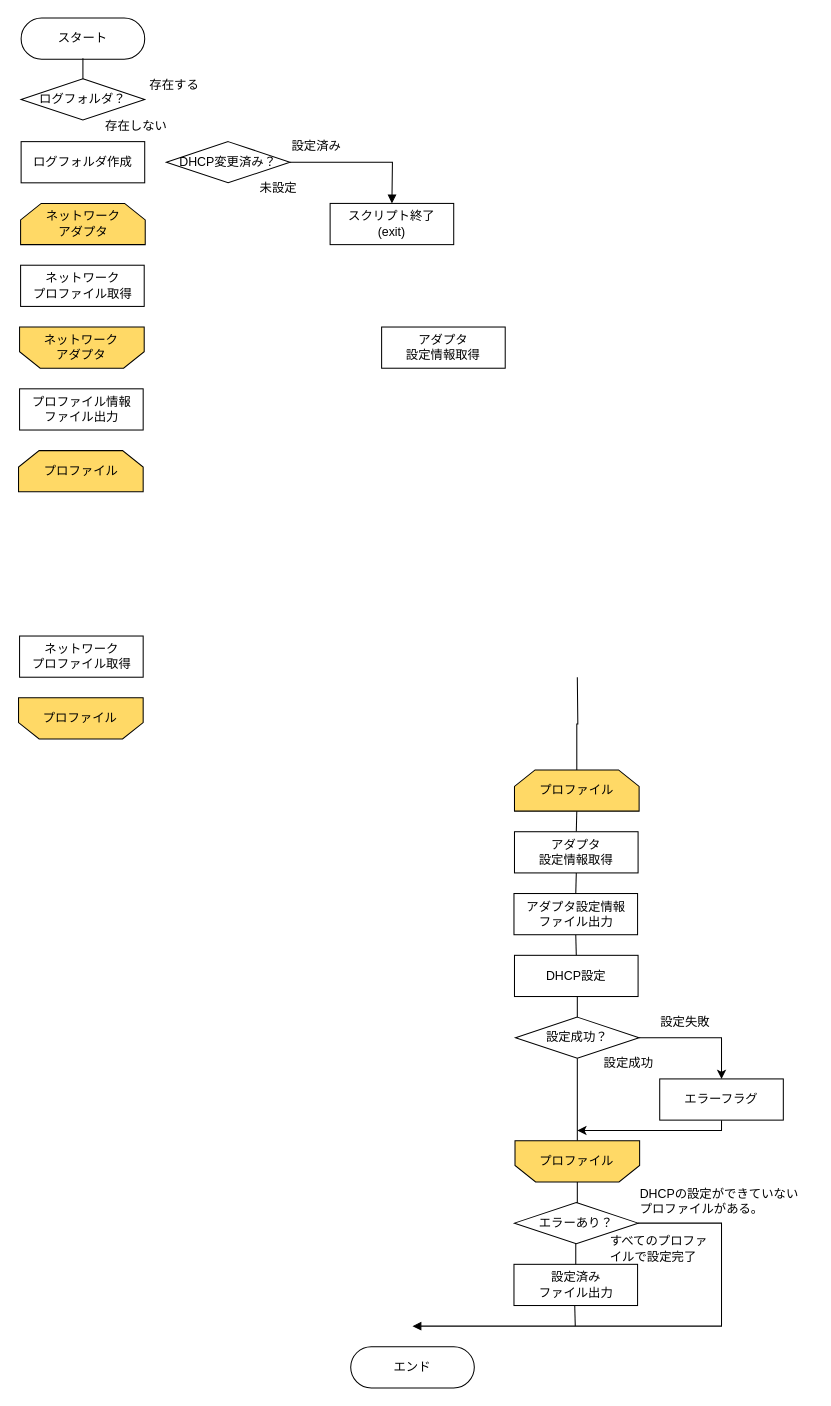
reizo0901/Doc keeps this draw.io diagram as dhcp切り替えスクリプト.drawio. Above is the earlier version. Source tidied: cells renumbered, new cells numbered last; positions are measured from the earlier drawing's top-left corner, leaving out a move shared by most shapes. Both pictures are drawn from the tidied source at 103%, with x=0, y=0 at pixel (19, 18).
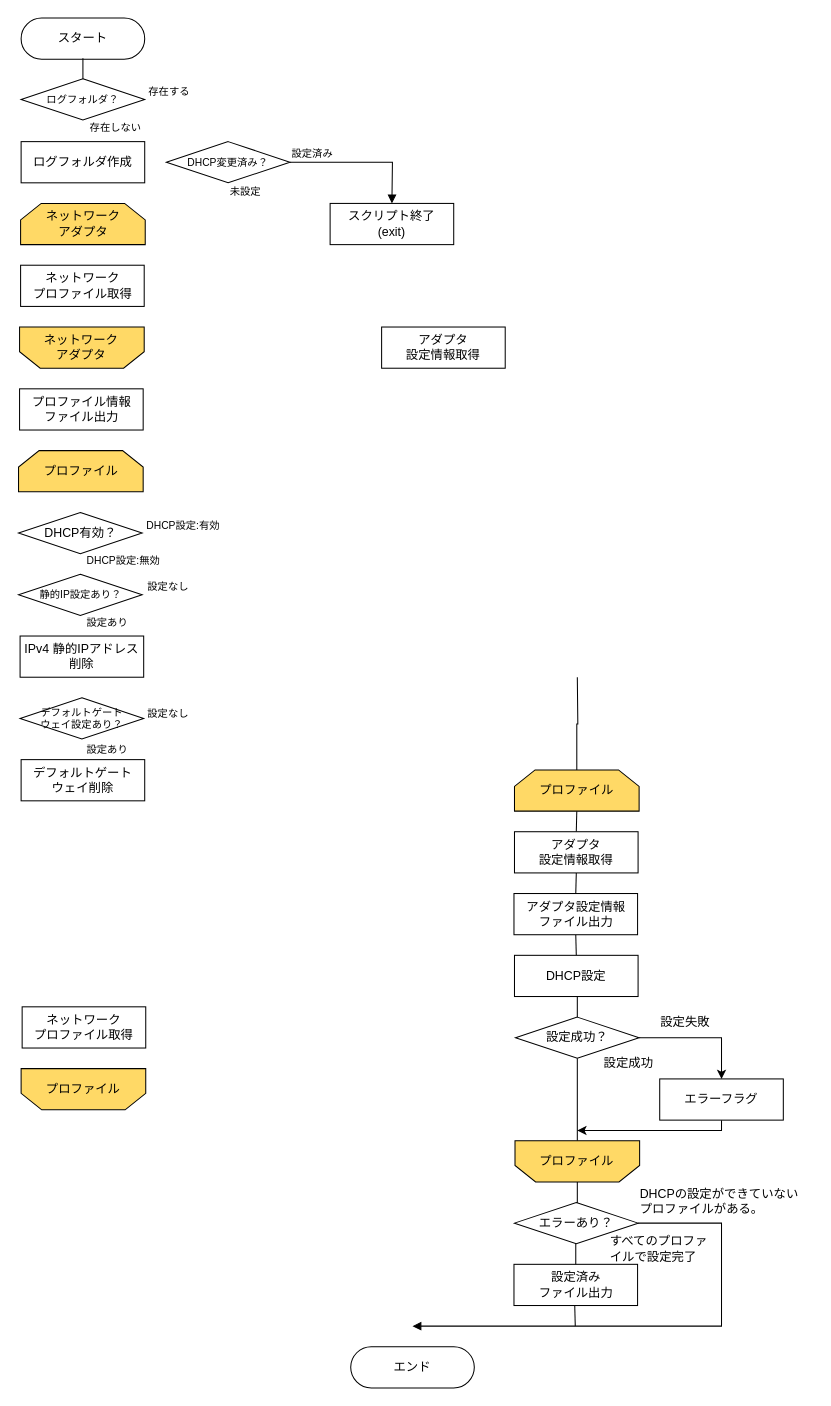
Above is the later version.

Commit message (it also covers changes not shown here):
dhcp切り替えスクリプト.drawio を更新します

The edit, as a diff of the source:
```diff
@@
-    <mxCell id="15" value="DHCP変更済み？" style="rhombus;whiteSpace=wrap;html=1;" parent="1" vertex="1">
+    <mxCell id="15" value="DHCP変更済み？" style="rhombus;whiteSpace=wrap;html=1;fontSize=10;" parent="1" vertex="1">
       <mxGeometry x="143" y="120" width="120" height="40" as="geometry" />
     </mxCell>
@@
-    <mxCell id="18" value="設定済み" style="text;html=1;strokeColor=none;fillColor=none;align=left;verticalAlign=middle;whiteSpace=wrap;rounded=0;" parent="1" vertex="1">
-      <mxGeometry x="263" y="110" width="60" height="30" as="geometry" />
+    <mxCell id="18" value="設定済み" style="text;html=1;strokeColor=none;fillColor=none;align=left;verticalAlign=middle;whiteSpace=wrap;rounded=0;fontSize=10;" parent="1" vertex="1">
+      <mxGeometry x="263" y="116" width="60" height="30" as="geometry" />
     </mxCell>
-    <mxCell id="19" value="未設定" style="text;html=1;strokeColor=none;fillColor=none;align=left;verticalAlign=middle;whiteSpace=wrap;rounded=0;" parent="1" vertex="1">
-      <mxGeometry x="232" y="150" width="60" height="30" as="geometry" />
+    <mxCell id="19" value="未設定" style="text;html=1;strokeColor=none;fillColor=none;align=left;verticalAlign=middle;whiteSpace=wrap;rounded=0;fontSize=10;" parent="1" vertex="1">
+      <mxGeometry x="203" y="153" width="60" height="30" as="geometry" />
     </mxCell>
@@
-    <mxCell id="34" value="ログフォルダ？" style="rhombus;whiteSpace=wrap;html=1;" parent="1" vertex="1">
+    <mxCell id="34" value="ログフォルダ？" style="rhombus;whiteSpace=wrap;html=1;fontSize=10;" parent="1" vertex="1">
       <mxGeometry x="2" y="59" width="120" height="40" as="geometry" />
     </mxCell>
-    <mxCell id="35" value="存在しない" style="text;html=1;strokeColor=none;fillColor=none;align=left;verticalAlign=middle;whiteSpace=wrap;rounded=0;" parent="1" vertex="1">
-      <mxGeometry x="82" y="90" width="70" height="30" as="geometry" />
+    <mxCell id="35" value="存在しない" style="text;html=1;strokeColor=none;fillColor=none;align=left;verticalAlign=middle;whiteSpace=wrap;rounded=0;fontSize=10;" parent="1" vertex="1">
+      <mxGeometry x="67" y="91" width="70" height="30" as="geometry" />
     </mxCell>
-    <mxCell id="36" value="存在する" style="text;html=1;strokeColor=none;fillColor=none;align=left;verticalAlign=middle;whiteSpace=wrap;rounded=0;" parent="1" vertex="1">
-      <mxGeometry x="125" y="50" width="60" height="30" as="geometry" />
+    <mxCell id="36" value="存在する" style="text;html=1;strokeColor=none;fillColor=none;align=left;verticalAlign=middle;whiteSpace=wrap;rounded=0;fontSize=10;" parent="1" vertex="1">
+      <mxGeometry x="123.5" y="56" width="60" height="30" as="geometry" />
     </mxCell>
@@
     <mxCell id="46" value="ネットワーク&lt;br&gt;プロファイル取得" style="rounded=0;whiteSpace=wrap;html=1;" parent="1" vertex="1">
-      <mxGeometry x="0.5" y="600" width="120" height="40" as="geometry" />
+      <mxGeometry x="3" y="960" width="120" height="40" as="geometry" />
     </mxCell>
     <mxCell id="47" style="shape=loopLimit;whiteSpace=wrap;html=1;rotation=-180;verticalAlign=middle;fillColor=#FFD966;" parent="1" vertex="1">
-      <mxGeometry x="-0.5" y="660" width="121" height="40" as="geometry" />
+      <mxGeometry x="2" y="1020" width="121" height="40" as="geometry" />
     </mxCell>
     <mxCell id="48" value="プロファイル" style="text;html=1;strokeColor=none;fillColor=none;align=center;verticalAlign=middle;whiteSpace=wrap;rounded=0;" parent="1" vertex="1">
-      <mxGeometry x="19" y="665" width="81" height="30" as="geometry" />
+      <mxGeometry x="21.5" y="1025" width="81" height="30" as="geometry" />
     </mxCell>
+    <mxCell id="49" value="DHCP有効？" style="rhombus;whiteSpace=wrap;html=1;" parent="1" vertex="1">
+      <mxGeometry x="-0.5" y="480" width="120" height="40" as="geometry" />
+    </mxCell>
+    <mxCell id="50" value="DHCP設定:無効" style="text;html=1;strokeColor=none;fillColor=none;align=left;verticalAlign=middle;whiteSpace=wrap;rounded=0;fontSize=10;" parent="1" vertex="1">
+      <mxGeometry x="64" y="512" width="100" height="30" as="geometry" />
+    </mxCell>
+    <mxCell id="51" value="DHCP設定:有効" style="text;html=1;strokeColor=none;fillColor=none;align=left;verticalAlign=middle;whiteSpace=wrap;rounded=0;fontSize=10;" parent="1" vertex="1">
+      <mxGeometry x="122" y="478" width="107" height="30" as="geometry" />
+    </mxCell>
+    <mxCell id="52" value="IPv4 静的IPアドレス&lt;br&gt;削除" style="rounded=0;whiteSpace=wrap;html=1;" parent="1" vertex="1">
+      <mxGeometry x="1" y="600" width="120" height="40" as="geometry" />
+    </mxCell>
+    <mxCell id="53" value="静的IP設定あり？" style="rhombus;whiteSpace=wrap;html=1;fontSize=10;" parent="1" vertex="1">
+      <mxGeometry x="-0.5" y="540" width="120" height="40" as="geometry" />
+    </mxCell>
+    <mxCell id="54" value="設定あり" style="text;html=1;strokeColor=none;fillColor=none;align=left;verticalAlign=middle;whiteSpace=wrap;rounded=0;fontSize=10;" parent="1" vertex="1">
+      <mxGeometry x="64" y="572" width="60" height="30" as="geometry" />
+    </mxCell>
+    <mxCell id="55" value="設定なし" style="text;html=1;strokeColor=none;fillColor=none;align=left;verticalAlign=middle;whiteSpace=wrap;rounded=0;fontSize=10;" parent="1" vertex="1">
+      <mxGeometry x="123" y="537" width="57" height="30" as="geometry" />
+    </mxCell>
+    <mxCell id="56" value="デフォルトゲート&lt;br&gt;ウェイ削除" style="rounded=0;whiteSpace=wrap;html=1;" parent="1" vertex="1">
+      <mxGeometry x="2" y="720" width="120" height="40" as="geometry" />
+    </mxCell>
+    <mxCell id="57" value="デフォルトゲート&lt;br style=&quot;font-size: 10px;&quot;&gt;ウェイ設定あり？" style="rhombus;whiteSpace=wrap;html=1;fontSize=10;" parent="1" vertex="1">
+      <mxGeometry x="1" y="660" width="120" height="40" as="geometry" />
+    </mxCell>
+    <mxCell id="58" value="設定あり" style="text;html=1;strokeColor=none;fillColor=none;align=left;verticalAlign=middle;whiteSpace=wrap;rounded=0;fontSize=10;" parent="1" vertex="1">
+      <mxGeometry x="64" y="695" width="60" height="30" as="geometry" />
+    </mxCell>
+    <mxCell id="59" value="設定なし" style="text;html=1;strokeColor=none;fillColor=none;align=left;verticalAlign=middle;whiteSpace=wrap;rounded=0;fontSize=10;" parent="1" vertex="1">
+      <mxGeometry x="123" y="660" width="57" height="30" as="geometry" />
+    </mxCell>
```
